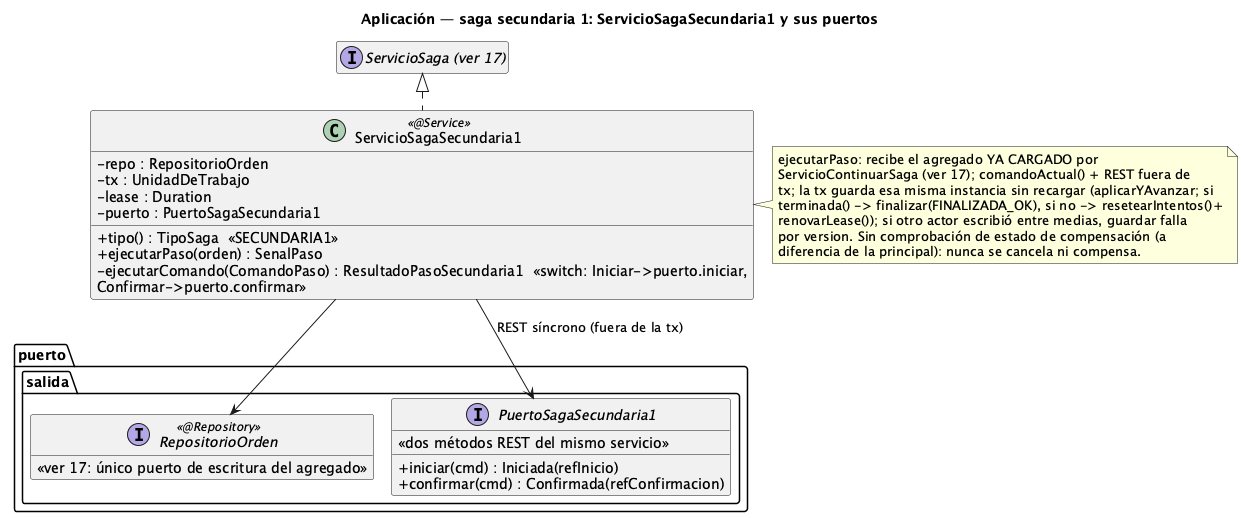
The PlantUML diagram order-manager/docs/19-clases-aplicacion-saga-secundaria1.png in ralcazar/patrones, before a commit.
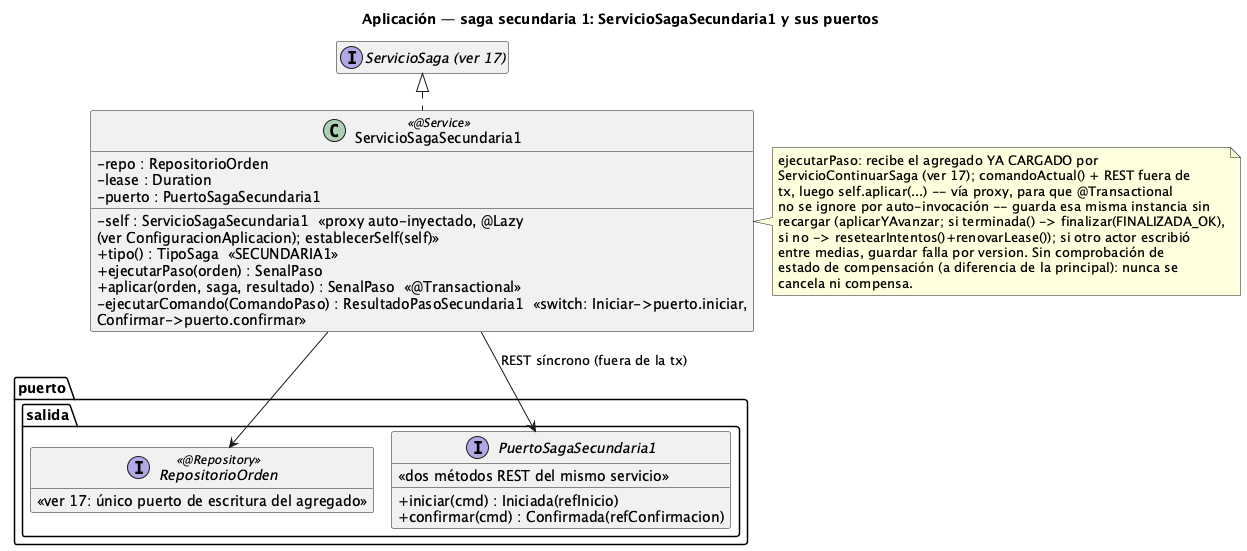
Later version of the same file.

Diff of the diagram source:
```diff
@@ -1,4 +1,5 @@
 @startuml 19-clases-aplicacion-saga-secundaria1
+!pragma layout smetana
 title Aplicación — saga secundaria 1: ServicioSagaSecundaria1 y sus puertos
 !pragma layout smetana
 hide empty members
@@ -8,21 +9,24 @@
 
 class ServicioSagaSecundaria1 <<@Service>> {
   -repo : RepositorioOrden
-  -tx : UnidadDeTrabajo
   -lease : Duration
   -puerto : PuertoSagaSecundaria1
+  -self : ServicioSagaSecundaria1  «proxy auto-inyectado, @Lazy\n(ver ConfiguracionAplicacion); establecerSelf(self)»
   +tipo() : TipoSaga  «SECUNDARIA1»
   +ejecutarPaso(orden) : SenalPaso
+  +aplicar(orden, saga, resultado) : SenalPaso  «@Transactional»
   -ejecutarComando(ComandoPaso) : ResultadoPasoSecundaria1  «switch: Iniciar->puerto.iniciar,\nConfirmar->puerto.confirmar»
 }
 note right of ServicioSagaSecundaria1
   ejecutarPaso: recibe el agregado YA CARGADO por
   ServicioContinuarSaga (ver 17); comandoActual() + REST fuera de
-  tx; la tx guarda esa misma instancia sin recargar (aplicarYAvanzar; si
-  terminada() -> finalizar(FINALIZADA_OK), si no -> resetearIntentos()+
-  renovarLease()); si otro actor escribió entre medias, guardar falla
-  por version. Sin comprobación de estado de compensación (a
-  diferencia de la principal): nunca se cancela ni compensa.
+  tx, luego self.aplicar(...) -- vía proxy, para que @Transactional
+  no se ignore por auto-invocación -- guarda esa misma instancia sin
+  recargar (aplicarYAvanzar; si terminada() -> finalizar(FINALIZADA_OK),
+  si no -> resetearIntentos()+renovarLease()); si otro actor escribió
+  entre medias, guardar falla por version. Sin comprobación de
+  estado de compensación (a diferencia de la principal): nunca se
+  cancela ni compensa.
 end note
 
 package "puerto.salida" {
```
